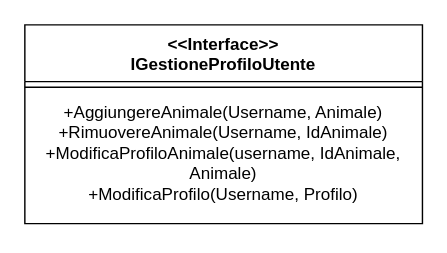
Earlier version of the draw.io diagram uml/GestioneProfiloUtente Interface.drawio (Iannicc/Pet-Party). Source tidied: cells renumbered, new cells numbered last; positions are measured from the earlier drawing's top-left corner, leaving out a move shared by most shapes. Both pictures are drawn from the tidied source at 142%, with x=0, y=0 at pixel (24, 24).
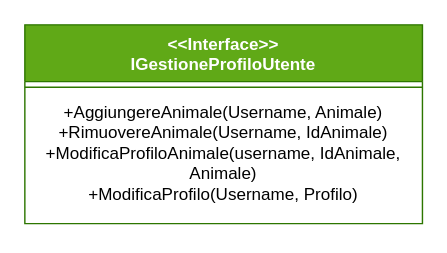
Above is the later version.

The edit, as a diff of the source:
```diff
@@
 <mxGraphModel>
   <root>
     <mxCell id="0" />
     <mxCell id="1" parent="0" />
-    <mxCell id="2" value="&lt;div&gt;&amp;lt;&amp;lt;Interface&amp;gt;&amp;gt;&lt;/div&gt;&lt;div&gt;IGestioneProfiloUtente&lt;br&gt;&lt;/div&gt;" style="swimlane;fontStyle=1;align=center;verticalAlign=top;horizontal=1;startSize=40;whiteSpace=wrap;html=1;" parent="1" vertex="1">
+    <mxCell id="2" value="&lt;div&gt;&amp;lt;&amp;lt;Interface&amp;gt;&amp;gt;&lt;/div&gt;&lt;div&gt;IGestioneProfiloUtente&lt;br&gt;&lt;/div&gt;" style="swimlane;fontStyle=1;align=center;verticalAlign=top;horizontal=1;startSize=40;whiteSpace=wrap;html=1;fillColor=#60a917;fontColor=#ffffff;strokeColor=#2D7600;" parent="1" vertex="1">
       <mxGeometry width="280" height="140" as="geometry" />
     </mxCell>
     <mxCell id="3" style="line;strokeWidth=1;fillColor=none;align=left;verticalAlign=middle;spacingTop=-1;spacingLeft=3;spacingRight=3;labelPosition=right;strokeColor=inherit;" parent="2" vertex="1">
       <mxGeometry y="40" width="280" height="8" as="geometry" />
     </mxCell>
     <mxCell id="4" value="&lt;div&gt;+AggiungereAnimale(Username, Animale)&lt;/div&gt;&lt;div&gt;+RimuovereAnimale(Username, IdAnimale)&lt;/div&gt;&lt;div&gt;+ModificaProfiloAnimale(username, IdAnimale, Animale)&lt;/div&gt;&lt;div&gt;+ModificaProfilo(Username, Profilo)&lt;br&gt;&lt;/div&gt;" style="text;strokeColor=none;fillColor=none;align=center;verticalAlign=top;spacingLeft=4;spacingRight=4;overflow=hidden;whiteSpace=wrap;html=1;" parent="2" vertex="1">
       <mxGeometry y="48" width="280" height="92" as="geometry" />
     </mxCell>
   </root>
 </mxGraphModel>
```
